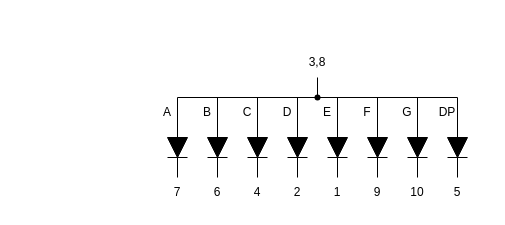
Before: 情報エレクトロニクス実験/issyuume/drawio/名称未設定ファイル.drawio in 22060/2024_3IE_report, a draw.io diagram. Source tidied: cells renumbered, new cells numbered last; positions are measured from the earlier drawing's top-left corner, leaving out a move shared by most shapes. Both pictures are drawn from the tidied source at 100%, with x=0, y=0 at pixel (137, 47).
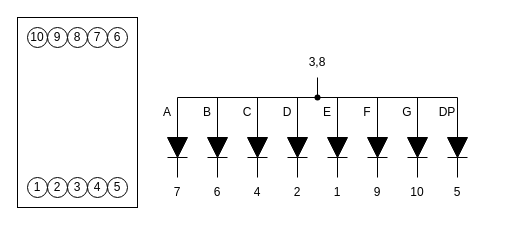
The same page after the edit.

Commit message:
名称未設定ファイル.drawio を更新します

What changed in the source:
```diff
@@
+    <mxCell id="55" style="rounded=0;whiteSpace=wrap;html=1;" parent="1" vertex="1">
+      <mxGeometry x="-120" y="-30" width="120" height="190" as="geometry" />
+    </mxCell>
+    <mxCell id="56" value="10" style="ellipse;whiteSpace=wrap;html=1;" parent="1" vertex="1">
+      <mxGeometry x="-110" y="-20" width="20" height="20" as="geometry" />
+    </mxCell>
+    <mxCell id="57" value="9" style="ellipse;whiteSpace=wrap;html=1;" parent="1" vertex="1">
+      <mxGeometry x="-90" y="-20" width="20" height="20" as="geometry" />
+    </mxCell>
+    <mxCell id="58" value="7" style="ellipse;whiteSpace=wrap;html=1;" parent="1" vertex="1">
+      <mxGeometry x="-50" y="-20" width="20" height="20" as="geometry" />
+    </mxCell>
+    <mxCell id="59" value="6" style="ellipse;whiteSpace=wrap;html=1;" parent="1" vertex="1">
+      <mxGeometry x="-30" y="-20" width="20" height="20" as="geometry" />
+    </mxCell>
+    <mxCell id="60" value="8" style="ellipse;whiteSpace=wrap;html=1;" parent="1" vertex="1">
+      <mxGeometry x="-70" y="-20" width="20" height="20" as="geometry" />
+    </mxCell>
+    <mxCell id="61" value="1" style="ellipse;whiteSpace=wrap;html=1;" parent="1" vertex="1">
+      <mxGeometry x="-110" y="130" width="20" height="20" as="geometry" />
+    </mxCell>
+    <mxCell id="62" value="2" style="ellipse;whiteSpace=wrap;html=1;" parent="1" vertex="1">
+      <mxGeometry x="-90" y="130" width="20" height="20" as="geometry" />
+    </mxCell>
+    <mxCell id="63" value="4" style="ellipse;whiteSpace=wrap;html=1;" parent="1" vertex="1">
+      <mxGeometry x="-50" y="130" width="20" height="20" as="geometry" />
+    </mxCell>
+    <mxCell id="64" value="5" style="ellipse;whiteSpace=wrap;html=1;" parent="1" vertex="1">
+      <mxGeometry x="-30" y="130" width="20" height="20" as="geometry" />
+    </mxCell>
+    <mxCell id="65" value="3" style="ellipse;whiteSpace=wrap;html=1;" parent="1" vertex="1">
+      <mxGeometry x="-70" y="130" width="20" height="20" as="geometry" />
+    </mxCell>
```
